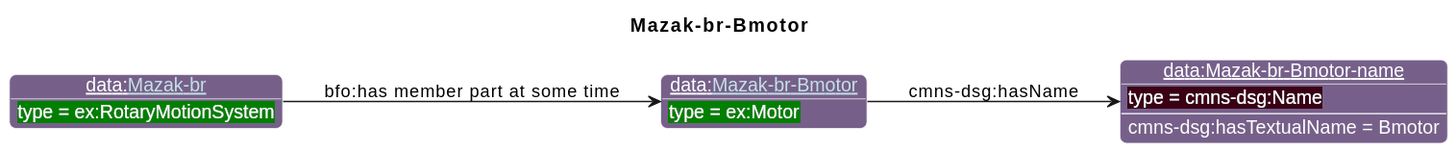
Above: diagrams/Mazak-br-Bmotor.svg in iofoundry/example-syseng-mtconnect (PlantUML), before the change. The source it was exported from:
```plantuml
@startuml
!include ../iof.iuml

<style>
object {
  HyperlinkColor #C4E1E6
}
</style>

left to right direction
skinparam linetype polyline
title Mazak-br-Bmotor

!$default_direction = down

!$namespace_colors = { "bfo":"DFA702",
                      "iof":"1E90FF",
                      "ns":"Green",
                      "ns1":"76608A",
"ex":"Green","data":"76608A","core":"000000","units":"8A2D3B","qp":"641B2E","cmns-dsg":"3A0519"
}
individual(o1, data:[[./Mazak-br-Bmotor.html Mazak-br-Bmotor]], ex:Motor)
individual(o2, data:Mazak-br-Bmotor-name, cmns-dsg:Name)
individual(o3, data:[[./Mazak-br.html Mazak-br]], ex:RotaryMotionSystem)
property(o1, cmns-dsg:hasName, o2)
data(o2, cmns-dsg:hasTextualName, Bmotor)
property(o3, "bfo:has member part at some time", o1)
@enduml
```
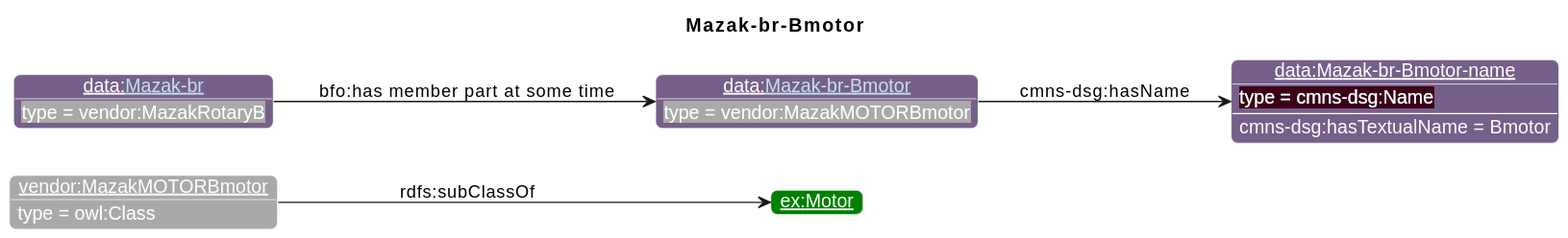
After the commit.

Change to the diagram source:
```diff
@@ -19,10 +19,13 @@
                       "ns1":"76608A",
 "ex":"Green","data":"76608A","core":"000000","units":"8A2D3B","qp":"641B2E","cmns-dsg":"3A0519"
 }
-individual(o1, data:[[./Mazak-br-Bmotor.html Mazak-br-Bmotor]], ex:Motor)
-individual(o2, data:Mazak-br-Bmotor-name, cmns-dsg:Name)
-individual(o3, data:[[./Mazak-br.html Mazak-br]], ex:RotaryMotionSystem)
-property(o1, cmns-dsg:hasName, o2)
-data(o2, cmns-dsg:hasTextualName, Bmotor)
-property(o3, "bfo:has member part at some time", o1)
+individual(o1, vendor:MazakMOTORBmotor, owl:Class)
+individual(o2, ex:Motor)
+individual(o3, data:[[./Mazak-br-Bmotor.html Mazak-br-Bmotor]], vendor:MazakMOTORBmotor)
+individual(o4, data:Mazak-br-Bmotor-name, cmns-dsg:Name)
+individual(o5, data:[[./Mazak-br.html Mazak-br]], vendor:MazakRotaryB)
+property(o1, rdfs:subClassOf, o2)
+property(o3, cmns-dsg:hasName, o4)
+data(o4, cmns-dsg:hasTextualName, Bmotor)
+property(o5, "bfo:has member part at some time", o3)
 @enduml
```
